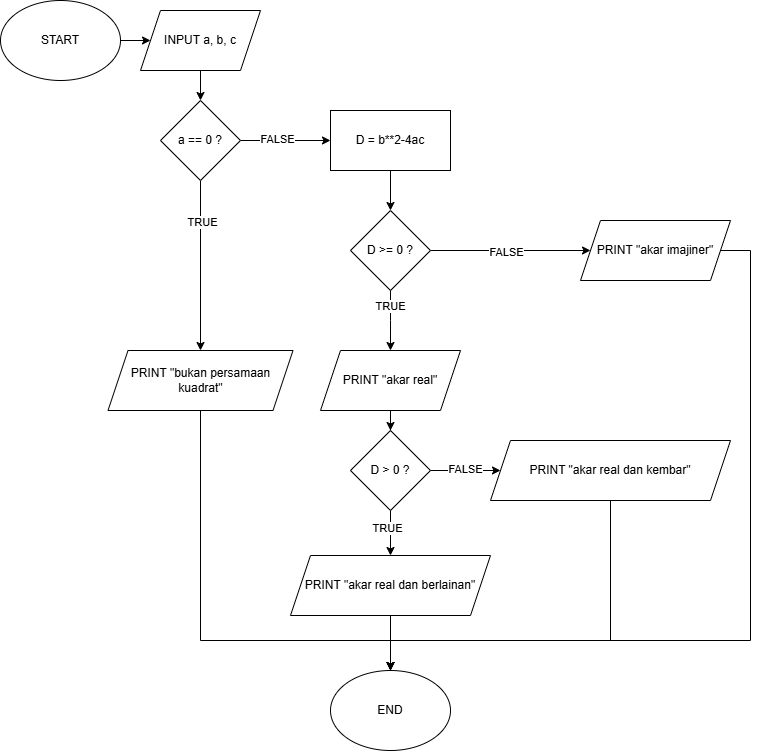
gathasja/71251218_Agatha keeps this draw.io diagram as minggu03/soal02.png. Above is the earlier version. Source tidied: cells renumbered, new cells last; positions are measured from the earlier drawing's top-left corner, leaving out a move shared by most shapes. Its diagram source:
```xml
<mxGraphModel>
  <root>
    <mxCell id="0" />
    <mxCell id="1" parent="0" />
    <mxCell id="2" style="edgeStyle=orthogonalEdgeStyle;rounded=0;jettySize=auto;html=1;" parent="1" edge="1" target="5">
      <mxGeometry relative="1" as="geometry">
        <mxPoint x="90" y="40" as="sourcePoint" />
      </mxGeometry>
    </mxCell>
    <mxCell id="3" value="START" style="ellipse;whiteSpace=wrap;html=1;" parent="1" vertex="1">
      <mxGeometry width="120" height="80" as="geometry" />
    </mxCell>
    <mxCell id="4" style="edgeStyle=orthogonalEdgeStyle;rounded=0;jettySize=auto;html=1;" parent="1" edge="1" source="5" target="10">
      <mxGeometry relative="1" as="geometry" />
    </mxCell>
    <mxCell id="5" value="INPUT a, b, c" style="shape=parallelogram;perimeter=parallelogramPerimeter;whiteSpace=wrap;html=1;fixedSize=1;" parent="1" vertex="1">
      <mxGeometry x="140" y="10" width="120" height="60" as="geometry" />
    </mxCell>
    <mxCell id="6" style="edgeStyle=orthogonalEdgeStyle;rounded=0;jettySize=auto;html=1;" parent="1" edge="1" source="10" target="12">
      <mxGeometry relative="1" as="geometry" />
    </mxCell>
    <mxCell id="7" value="FALSE" style="edgeLabel;html=1;align=center;verticalAlign=middle;" parent="6" vertex="1">
      <mxGeometry x="-0.21" y="2" relative="1" as="geometry" />
    </mxCell>
    <mxCell id="8" style="edgeStyle=orthogonalEdgeStyle;rounded=0;jettySize=auto;html=1;" parent="1" edge="1" source="10">
      <mxGeometry relative="1" as="geometry">
        <mxPoint x="200" y="350" as="targetPoint" />
      </mxGeometry>
    </mxCell>
    <mxCell id="9" value="TRUE" style="edgeLabel;html=1;align=center;verticalAlign=middle;" parent="8" vertex="1">
      <mxGeometry x="-0.52" y="1" relative="1" as="geometry" />
    </mxCell>
    <mxCell id="10" value="a == 0 ?" style="rhombus;whiteSpace=wrap;html=1;" parent="1" vertex="1">
      <mxGeometry x="160" y="100" width="80" height="80" as="geometry" />
    </mxCell>
    <mxCell id="11" style="edgeStyle=orthogonalEdgeStyle;rounded=0;jettySize=auto;html=1;" parent="1" edge="1" source="12" target="17">
      <mxGeometry relative="1" as="geometry" />
    </mxCell>
    <mxCell id="12" value="D = b**2-4ac" style="whiteSpace=wrap;html=1;" parent="1" vertex="1">
      <mxGeometry x="330" y="110" width="120" height="60" as="geometry" />
    </mxCell>
    <mxCell id="13" style="edgeStyle=orthogonalEdgeStyle;rounded=0;jettySize=auto;html=1;" parent="1" edge="1" source="17">
      <mxGeometry relative="1" as="geometry">
        <mxPoint x="390" y="350" as="targetPoint" />
        <Array as="points">
          <mxPoint x="390" y="320" />
          <mxPoint x="390" y="320" />
        </Array>
      </mxGeometry>
    </mxCell>
    <mxCell id="14" value="TRUE" style="edgeLabel;html=1;align=center;verticalAlign=middle;" parent="13" vertex="1">
      <mxGeometry x="-0.49" y="-1" relative="1" as="geometry" />
    </mxCell>
    <mxCell id="15" style="edgeStyle=orthogonalEdgeStyle;rounded=0;jettySize=auto;html=1;" parent="1" edge="1" source="17" target="19">
      <mxGeometry relative="1" as="geometry" />
    </mxCell>
    <mxCell id="16" value="FALSE" style="edgeLabel;html=1;align=center;verticalAlign=middle;" parent="15" vertex="1">
      <mxGeometry x="-0.06" y="-1" relative="1" as="geometry" />
    </mxCell>
    <mxCell id="17" value="D &amp;gt;= 0 ?" style="rhombus;whiteSpace=wrap;html=1;" parent="1" vertex="1">
      <mxGeometry x="350" y="210" width="80" height="80" as="geometry" />
    </mxCell>
    <mxCell id="18" style="edgeStyle=orthogonalEdgeStyle;rounded=0;jettySize=auto;html=1;entryX=0.5;entryY=0;entryDx=0;entryDy=0;" parent="1" edge="1" source="19" target="33">
      <mxGeometry relative="1" as="geometry">
        <Array as="points">
          <mxPoint x="750" y="250" />
          <mxPoint x="750" y="640" />
          <mxPoint x="390" y="640" />
        </Array>
      </mxGeometry>
    </mxCell>
    <mxCell id="19" value="PRINT &quot;akar imajiner&quot;" style="shape=parallelogram;perimeter=parallelogramPerimeter;whiteSpace=wrap;html=1;fixedSize=1;" parent="1" vertex="1">
      <mxGeometry x="580" y="220" width="150" height="60" as="geometry" />
    </mxCell>
    <mxCell id="20" style="edgeStyle=orthogonalEdgeStyle;rounded=0;jettySize=auto;html=1;" parent="1" edge="1" source="21" target="33">
      <mxGeometry relative="1" as="geometry">
        <Array as="points">
          <mxPoint x="200" y="640" />
          <mxPoint x="390" y="640" />
        </Array>
      </mxGeometry>
    </mxCell>
    <mxCell id="21" value="PRINT &quot;bukan persamaan kuadrat&quot;" style="shape=parallelogram;perimeter=parallelogramPerimeter;whiteSpace=wrap;html=1;fixedSize=1;" parent="1" vertex="1">
      <mxGeometry x="107.5" y="350" width="185" height="60" as="geometry" />
    </mxCell>
    <mxCell id="22" style="edgeStyle=orthogonalEdgeStyle;rounded=0;jettySize=auto;html=1;" parent="1" edge="1" source="23" target="28">
      <mxGeometry relative="1" as="geometry" />
    </mxCell>
    <mxCell id="23" value="PRINT &quot;akar real&quot;" style="shape=parallelogram;perimeter=parallelogramPerimeter;whiteSpace=wrap;html=1;fixedSize=1;" parent="1" vertex="1">
      <mxGeometry x="320" y="350" width="140" height="60" as="geometry" />
    </mxCell>
    <mxCell id="24" style="edgeStyle=orthogonalEdgeStyle;rounded=0;jettySize=auto;html=1;" parent="1" edge="1" source="28" target="30">
      <mxGeometry relative="1" as="geometry" />
    </mxCell>
    <mxCell id="25" value="FALSE" style="edgeLabel;html=1;align=center;verticalAlign=middle;" parent="24" vertex="1">
      <mxGeometry x="-0.02" y="2" relative="1" as="geometry" />
    </mxCell>
    <mxCell id="26" style="edgeStyle=orthogonalEdgeStyle;rounded=0;jettySize=auto;html=1;" parent="1" edge="1" source="28" target="32">
      <mxGeometry relative="1" as="geometry" />
    </mxCell>
    <mxCell id="27" value="TRUE" style="edgeLabel;html=1;align=center;verticalAlign=middle;" parent="26" vertex="1">
      <mxGeometry x="-0.24" y="-4" relative="1" as="geometry" />
    </mxCell>
    <mxCell id="28" value="D &amp;gt; 0 ?" style="rhombus;whiteSpace=wrap;html=1;" parent="1" vertex="1">
      <mxGeometry x="350" y="430" width="80" height="80" as="geometry" />
    </mxCell>
    <mxCell id="29" style="edgeStyle=orthogonalEdgeStyle;rounded=0;jettySize=auto;html=1;" parent="1" edge="1" source="30" target="33">
      <mxGeometry relative="1" as="geometry">
        <Array as="points">
          <mxPoint x="610" y="640" />
          <mxPoint x="390" y="640" />
        </Array>
      </mxGeometry>
    </mxCell>
    <mxCell id="30" value="PRINT &quot;akar real dan kembar&quot;" style="shape=parallelogram;perimeter=parallelogramPerimeter;whiteSpace=wrap;html=1;fixedSize=1;" parent="1" vertex="1">
      <mxGeometry x="490" y="440" width="240" height="60" as="geometry" />
    </mxCell>
    <mxCell id="31" style="edgeStyle=orthogonalEdgeStyle;rounded=0;jettySize=auto;html=1;" parent="1" edge="1" source="32" target="33">
      <mxGeometry relative="1" as="geometry" />
    </mxCell>
    <mxCell id="32" value="PRINT &quot;akar real dan berlainan&quot;" style="shape=parallelogram;perimeter=parallelogramPerimeter;whiteSpace=wrap;html=1;fixedSize=1;" parent="1" vertex="1">
      <mxGeometry x="290" y="555" width="200" height="60" as="geometry" />
    </mxCell>
    <mxCell id="33" value="END" style="ellipse;whiteSpace=wrap;html=1;" parent="1" vertex="1">
      <mxGeometry x="330" y="670" width="120" height="80" as="geometry" />
    </mxCell>
  </root>
</mxGraphModel>
```
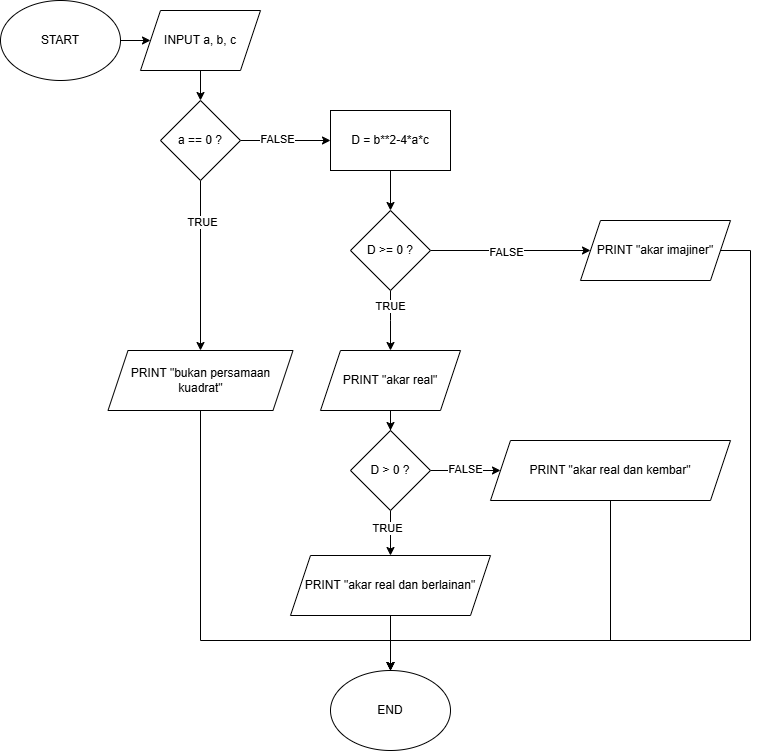
After the change.

What changed in the source:
```diff
@@ -36,7 +36,7 @@
     <mxCell id="11" style="edgeStyle=orthogonalEdgeStyle;rounded=0;jettySize=auto;html=1;" parent="1" edge="1" source="12" target="17">
       <mxGeometry relative="1" as="geometry" />
     </mxCell>
-    <mxCell id="12" value="D = b**2-4ac" style="whiteSpace=wrap;html=1;" parent="1" vertex="1">
+    <mxCell id="12" value="D = b**2-4*a*c" style="whiteSpace=wrap;html=1;" parent="1" vertex="1">
       <mxGeometry x="330" y="110" width="120" height="60" as="geometry" />
     </mxCell>
     <mxCell id="13" style="edgeStyle=orthogonalEdgeStyle;rounded=0;jettySize=auto;html=1;" parent="1" edge="1" source="17">
```
